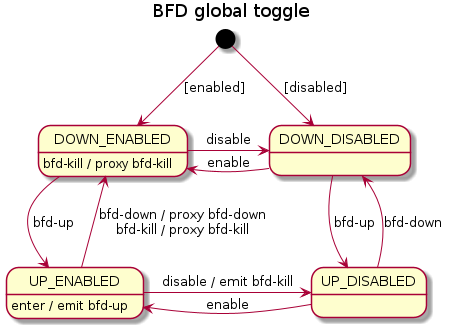
Earlier version of the PlantUML export docs/design/network-discovery/bfd-global-toggle.png (telstra/open-kilda).
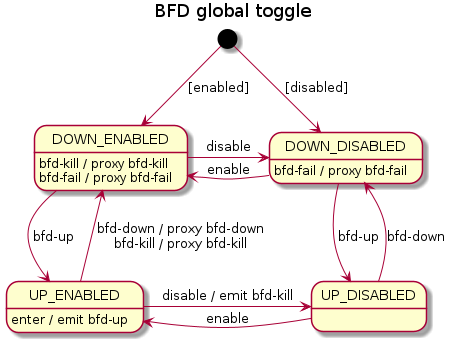
Later version of the same file.

What changed in the source:
```diff
@@ -6,9 +6,11 @@
 DOWN_ENABLED -r-> DOWN_DISABLED : disable
 DOWN_ENABLED --> UP_ENABLED : bfd-up
 DOWN_ENABLED : bfd-kill / proxy bfd-kill
+DOWN_ENABLED : bfd-fail / proxy bfd-fail
 
 DOWN_DISABLED -l-> DOWN_ENABLED : enable
 DOWN_DISABLED --> UP_DISABLED : bfd-up
+DOWN_DISABLED : bfd-fail / proxy bfd-fail
 
 UP_ENABLED -r-> UP_DISABLED : disable / emit bfd-kill
 UP_ENABLED -u-> DOWN_ENABLED : bfd-down / proxy bfd-down\nbfd-kill / proxy bfd-kill
```
